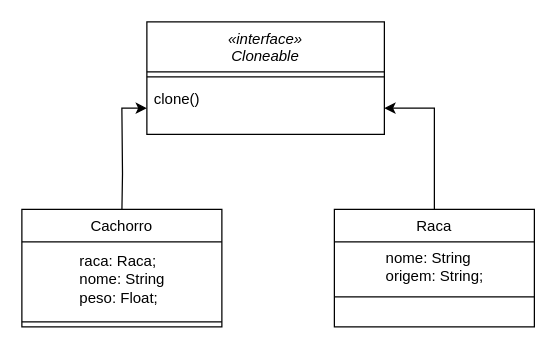
Above: Diagrama sem nome.drawio in MarcusVsc1/PadraoPrototype (draw.io), before the change. Source tidied: cells renumbered, new cells numbered last; positions are measured from the earlier drawing's top-left corner, leaving out a move shared by most shapes. Both pictures are drawn from the tidied source at 125%, with x=0, y=0 at pixel (21, 21).
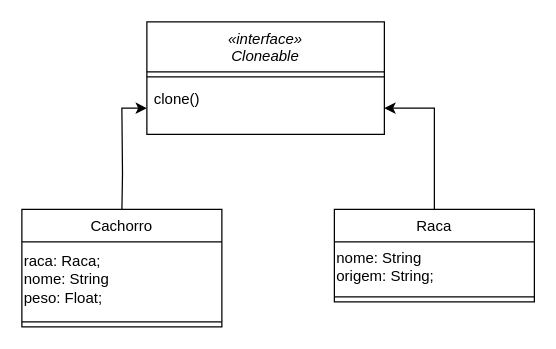
The same page after the edit.

Diff of the diagram source:
```diff
@@
 <mxGraphModel>
   <root>
     <mxCell id="0" />
     <mxCell id="1" parent="0" />
     <mxCell id="2" value="«interface»&#10;Cloneable" style="swimlane;fontStyle=2;align=center;verticalAlign=top;horizontal=1;startSize=40;rounded=0;shadow=0;strokeWidth=1;" parent="1" vertex="1">
       <mxGeometry x="100" width="190" height="90" as="geometry" />
     </mxCell>
     <mxCell id="3" style="line;html=1;strokeWidth=1;align=left;verticalAlign=middle;spacingTop=-1;spacingLeft=3;spacingRight=3;labelPosition=right;" parent="2" vertex="1">
       <mxGeometry y="40" width="190" height="8" as="geometry" />
     </mxCell>
     <mxCell id="4" value="clone()" style="text;align=left;verticalAlign=top;spacingLeft=4;spacingRight=4;overflow=hidden;points=[[0,0.5],[1,0.5]];portConstraint=eastwest;" parent="2" vertex="1">
       <mxGeometry y="48" width="190" height="42" as="geometry" />
     </mxCell>
     <mxCell id="5" style="edgeStyle=orthogonalEdgeStyle;rounded=0;jettySize=auto;html=1;entryX=0;entryY=0.5;entryDx=0;entryDy=0;exitX=0.375;exitY=0.04;exitDx=0;exitDy=0;exitPerimeter=0;" parent="1" edge="1" target="4">
       <mxGeometry relative="1" as="geometry">
         <mxPoint x="80" y="152.8" as="sourcePoint" />
       </mxGeometry>
     </mxCell>
     <mxCell id="6" style="edgeStyle=orthogonalEdgeStyle;rounded=0;jettySize=auto;html=1;" parent="1" edge="1" source="7" target="4">
       <mxGeometry relative="1" as="geometry" />
     </mxCell>
     <mxCell id="7" value="Raca" style="swimlane;fontStyle=0;align=center;verticalAlign=top;horizontal=1;startSize=26;rounded=0;shadow=0;strokeWidth=1;" parent="1" vertex="1">
-      <mxGeometry x="250" y="150" width="160" height="94" as="geometry" />
+      <mxGeometry x="250" y="150" width="160" height="74" as="geometry" />
     </mxCell>
-    <mxCell id="8" value="&lt;div style=&quot;text-align: left;&quot;&gt;&lt;span style=&quot;background-color: initial;&quot;&gt;nome: String&lt;/span&gt;&lt;br&gt;&lt;/div&gt;&lt;div style=&quot;text-align: left;&quot;&gt;origem: String;&lt;/div&gt;" style="text;html=1;align=center;verticalAlign=middle;strokeColor=none;fillColor=none;" parent="7" vertex="1">
+    <mxCell id="8" value="&lt;div style=&quot;&quot;&gt;&lt;span style=&quot;background-color: initial;&quot;&gt;nome: String&lt;/span&gt;&lt;br&gt;&lt;/div&gt;&lt;div style=&quot;&quot;&gt;origem: String;&lt;/div&gt;" style="text;html=1;align=left;verticalAlign=middle;strokeColor=none;fillColor=none;" parent="7" vertex="1">
       <mxGeometry y="26" width="160" height="40" as="geometry" />
     </mxCell>
     <mxCell id="9" style="line;html=1;strokeWidth=1;align=left;verticalAlign=middle;spacingTop=-1;spacingLeft=3;spacingRight=3;labelPosition=right;" parent="7" vertex="1">
       <mxGeometry y="66" width="160" height="8" as="geometry" />
     </mxCell>
     <mxCell id="10" value="Cachorro" style="swimlane;fontStyle=0;align=center;verticalAlign=top;horizontal=1;startSize=26;rounded=0;shadow=0;strokeWidth=1;" parent="1" vertex="1">
       <mxGeometry y="150" width="160" height="94" as="geometry" />
     </mxCell>
-    <mxCell id="11" value="&lt;div style=&quot;text-align: left;&quot;&gt;&lt;span style=&quot;background-color: initial;&quot;&gt;raca: Raca;&lt;/span&gt;&lt;/div&gt;&lt;div style=&quot;text-align: left;&quot;&gt;&lt;span style=&quot;background-color: initial;&quot;&gt;nome: String&lt;/span&gt;&lt;/div&gt;&lt;div style=&quot;text-align: left;&quot;&gt;peso: Float;&lt;/div&gt;" style="text;html=1;align=center;verticalAlign=middle;strokeColor=none;fillColor=none;" parent="10" vertex="1">
+    <mxCell id="11" value="&lt;div style=&quot;&quot;&gt;&lt;span style=&quot;background-color: initial;&quot;&gt;raca: Raca;&lt;/span&gt;&lt;/div&gt;&lt;div style=&quot;&quot;&gt;&lt;span style=&quot;background-color: initial;&quot;&gt;nome: String&lt;/span&gt;&lt;/div&gt;&lt;div style=&quot;&quot;&gt;peso: Float;&lt;/div&gt;" style="text;html=1;align=left;verticalAlign=middle;strokeColor=none;fillColor=none;" parent="10" vertex="1">
       <mxGeometry y="26" width="160" height="60" as="geometry" />
     </mxCell>
     <mxCell id="12" style="line;html=1;strokeWidth=1;align=left;verticalAlign=middle;spacingTop=-1;spacingLeft=3;spacingRight=3;labelPosition=right;" parent="10" vertex="1">
       <mxGeometry y="86" width="160" height="8" as="geometry" />
     </mxCell>
   </root>
 </mxGraphModel>
```
